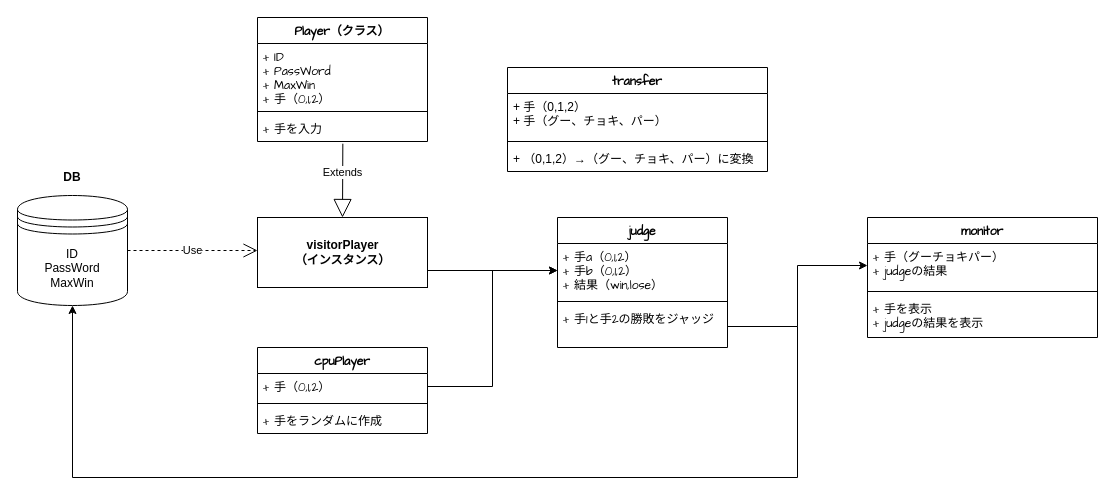
Before: UML設計図.drawio in SOTAkkkk/JankenJavaFx, a draw.io diagram. Source tidied: cells renumbered, new cells numbered last; positions are measured from the earlier drawing's top-left corner, leaving out a move shared by most shapes. Both pictures are drawn from the tidied source at 100%, with x=0, y=0 at pixel (17, 17).
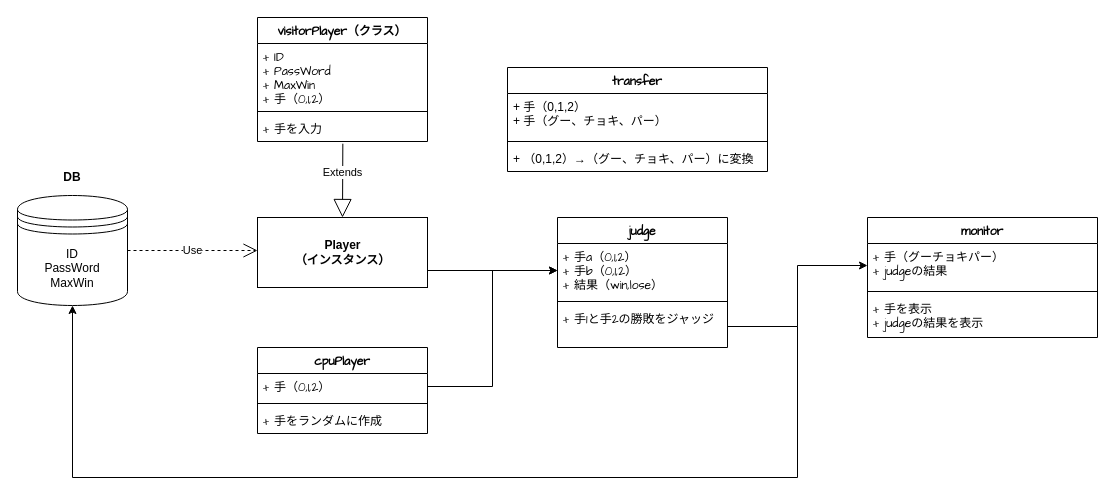
The same page after the edit.

Commit message (it also covers changes not shown here):
インスタンス化目指す

Diff of the diagram source:
```diff
@@
-    <mxCell id="24" value="Player（クラス）" style="swimlane;fontStyle=1;align=center;verticalAlign=top;horizontal=1;startSize=26;fontFamily=Comic Sans MS;" parent="1" vertex="1">
+    <mxCell id="24" value="visitorPlayer（クラス）" style="swimlane;fontStyle=1;align=center;verticalAlign=top;horizontal=1;startSize=26;fontFamily=Comic Sans MS;" parent="1" vertex="1">
       <mxGeometry x="240" width="170" height="124" as="geometry" />
     </mxCell>
@@
-    <mxCell id="29" value="&lt;b&gt;visitorPlayer&lt;br&gt;（インスタンス）&lt;/b&gt;" style="html=1;" parent="1" vertex="1">
+    <mxCell id="29" value="&lt;b&gt;Player&lt;br&gt;（インスタンス）&lt;/b&gt;" style="html=1;" parent="1" vertex="1">
       <mxGeometry x="240" y="200" width="170" height="70" as="geometry" />
     </mxCell>
```
